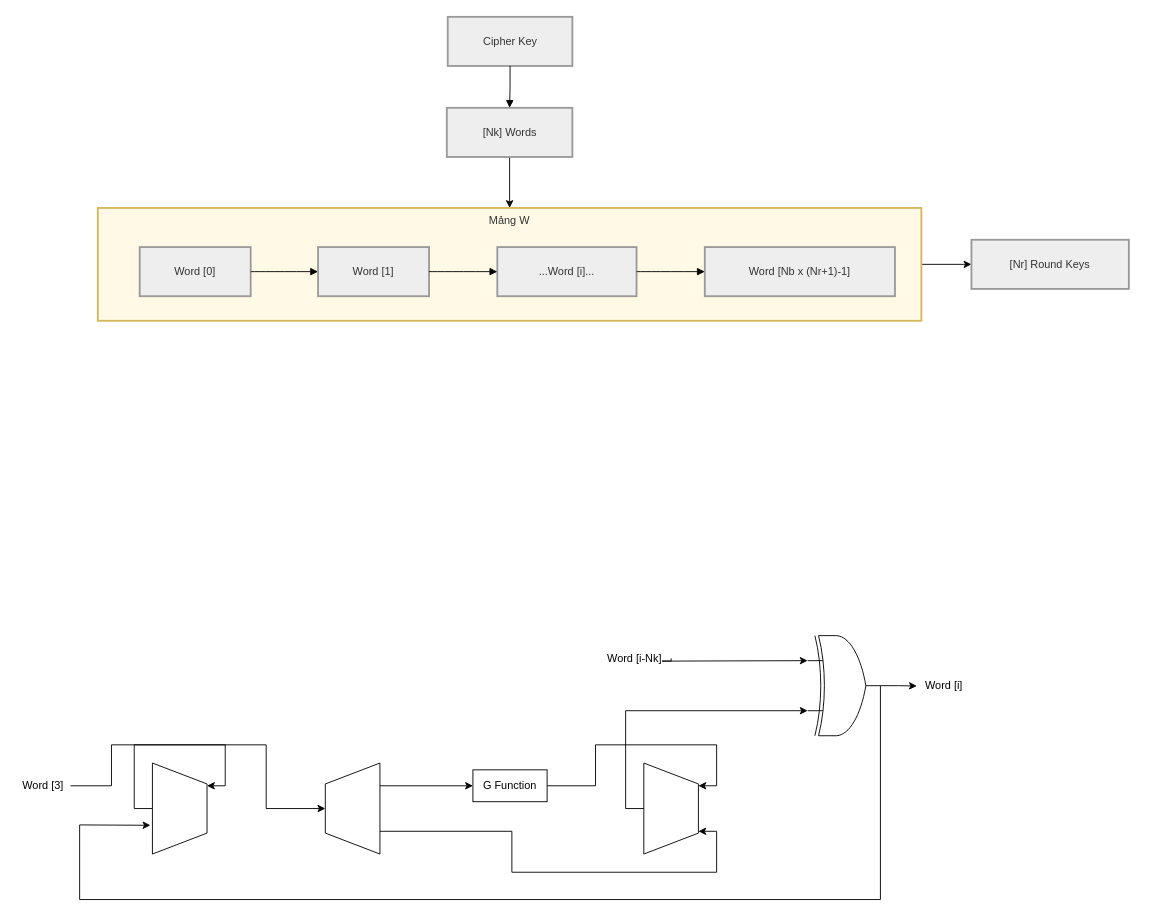
LQLManZz/AES128-Verilog keeps this draw.io diagram as diagram/drawio/AESKeyExpansionLowDes.drawio. Above is the earlier version. Source tidied: cells renumbered, new cells numbered last; positions are measured from the earlier drawing's top-left corner, leaving out a move shared by most shapes. Both pictures are drawn from the tidied source at 91%, with x=0, y=0 at pixel (15, 16).
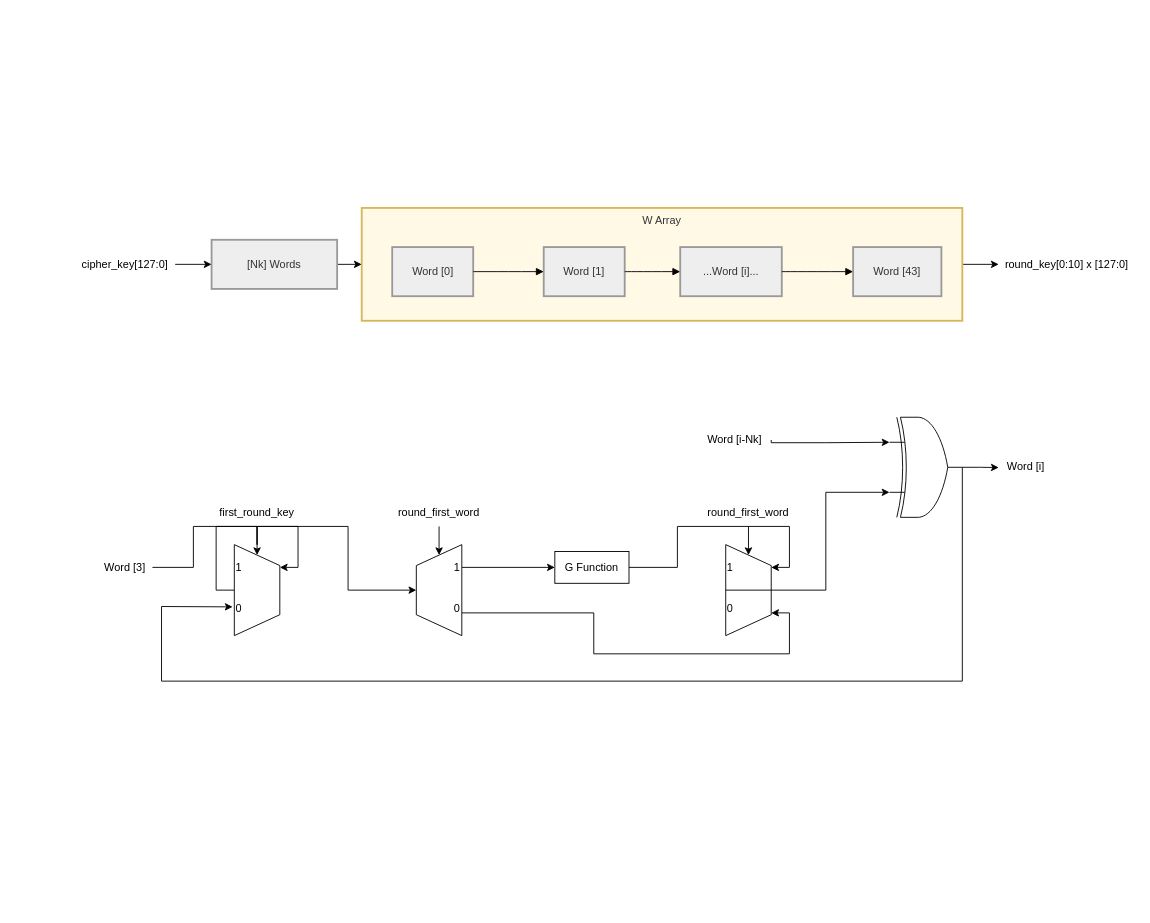
The same page after the edit.

What changed in the source:
```diff
@@
-    <mxCell id="2" style="edgeStyle=orthogonalEdgeStyle;rounded=0;jettySize=auto;html=1;exitX=1;exitY=0.5;exitDx=0;exitDy=0;entryX=0;entryY=0.5;entryDx=0;entryDy=0;" parent="1" edge="1" source="3" target="14">
-      <mxGeometry relative="1" as="geometry" />
-    </mxCell>
+    <mxCell id="33" style="edgeStyle=orthogonalEdgeStyle;rounded=0;jettySize=auto;html=1;exitX=1;exitY=0.5;exitDx=0;exitDy=0;entryX=0;entryY=0.5;entryDx=0;entryDy=0;" parent="1" edge="1" source="3" target="48">
+      <mxGeometry relative="1" as="geometry" />
+    </mxCell>
-    <mxCell id="3" value="Mảng W" style="whiteSpace=wrap;strokeWidth=2;verticalAlign=top;fillColor=#fff9e6;strokeColor=#d6b656;fontColor=light-dark(#333333,#cccccc);" parent="1" vertex="1">
-      <mxGeometry x="90" y="210" width="905" height="124" as="geometry" />
+    <mxCell id="3" value="W Array" style="whiteSpace=wrap;strokeWidth=2;verticalAlign=top;fillColor=#fff9e6;strokeColor=#d6b656;fontColor=light-dark(#333333,#cccccc);" parent="1" vertex="1">
+      <mxGeometry x="380" y="210" width="660" height="124" as="geometry" />
     </mxCell>
     <mxCell id="4" value="Word [0]" style="whiteSpace=wrap;strokeWidth=2;fillColor=light-dark(#eeeeee,#1f2020);strokeColor=light-dark(#999999,#cccccc);fontColor=light-dark(#333333,#cccccc);" parent="3" vertex="1">
-      <mxGeometry x="46" y="43" width="122" height="54" as="geometry" />
+      <mxGeometry x="33.5" y="43" width="89" height="54" as="geometry" />
     </mxCell>
     <mxCell id="5" value="Word [1]" style="whiteSpace=wrap;strokeWidth=2;fillColor=light-dark(#eeeeee,#1f2020);strokeColor=light-dark(#999999,#cccccc);fontColor=light-dark(#333333,#cccccc);" parent="3" vertex="1">
-      <mxGeometry x="242" y="43" width="122" height="54" as="geometry" />
+      <mxGeometry x="200" y="43" width="89" height="54" as="geometry" />
     </mxCell>
     <mxCell id="6" value="...Word [i]..." style="whiteSpace=wrap;strokeWidth=2;fillColor=light-dark(#eeeeee,#1f2020);strokeColor=light-dark(#999999,#cccccc);fontColor=light-dark(#333333,#cccccc);" parent="3" vertex="1">
-      <mxGeometry x="439" y="43" width="153" height="54" as="geometry" />
+      <mxGeometry x="350" y="43" width="111.6" height="54" as="geometry" />
     </mxCell>
-    <mxCell id="7" value="Word [Nb x (Nr+1)-1]" style="whiteSpace=wrap;strokeWidth=2;fillColor=light-dark(#eeeeee,#1f2020);strokeColor=light-dark(#999999,#cccccc);fontColor=light-dark(#333333,#cccccc);" parent="3" vertex="1">
-      <mxGeometry x="667" y="43" width="209" height="54" as="geometry" />
+    <mxCell id="7" value="Word [43]" style="whiteSpace=wrap;strokeWidth=2;fillColor=light-dark(#eeeeee,#1f2020);strokeColor=light-dark(#999999,#cccccc);fontColor=light-dark(#333333,#cccccc);" parent="3" vertex="1">
+      <mxGeometry x="540" y="43" width="97" height="54" as="geometry" />
     </mxCell>
@@
-    <mxCell id="11" value="Cipher Key" style="whiteSpace=wrap;strokeWidth=2;fillColor=light-dark(#eeeeee,#1f2020);strokeColor=light-dark(#999999,#cccccc);fontColor=light-dark(#333333,#cccccc);" parent="1" vertex="1">
-      <mxGeometry x="474.5" width="137" height="54" as="geometry" />
-    </mxCell>
-    <mxCell id="12" style="edgeStyle=orthogonalEdgeStyle;rounded=0;jettySize=auto;html=1;exitX=0.5;exitY=1;exitDx=0;exitDy=0;entryX=0.5;entryY=0;entryDx=0;entryDy=0;" parent="1" edge="1" source="13" target="3">
+    <mxCell id="12" style="edgeStyle=orthogonalEdgeStyle;rounded=0;jettySize=auto;html=1;exitX=1;exitY=0.5;exitDx=0;exitDy=0;entryX=0;entryY=0.5;entryDx=0;entryDy=0;" parent="1" edge="1" source="13" target="3">
       <mxGeometry relative="1" as="geometry" />
     </mxCell>
     <mxCell id="13" value="[Nk] Words" style="whiteSpace=wrap;strokeWidth=2;fillColor=light-dark(#eeeeee,#1f2020);strokeColor=light-dark(#999999,#cccccc);fontColor=light-dark(#333333,#cccccc);" parent="1" vertex="1">
-      <mxGeometry x="473.5" y="100" width="138" height="54" as="geometry" />
+      <mxGeometry x="215" y="245" width="138" height="54" as="geometry" />
     </mxCell>
-    <mxCell id="14" value="[Nr] Round Keys" style="whiteSpace=wrap;strokeWidth=2;fillColor=light-dark(#eeeeee,#1f2020);strokeColor=light-dark(#999999,#cccccc);fontColor=light-dark(#333333,#cccccc);" parent="1" vertex="1">
-      <mxGeometry x="1050" y="245" width="173" height="54" as="geometry" />
-    </mxCell>
-    <mxCell id="15" style="startArrow=none;endArrow=block;exitX=0.5;exitY=1;entryX=0.5;entryY=0.01;rounded=0;edgeStyle=orthogonalEdgeStyle;" parent="1" edge="1" source="11" target="13">
-      <mxGeometry relative="1" as="geometry" />
-    </mxCell>
@@
     <mxCell id="17" style="verticalLabelPosition=middle;verticalAlign=middle;html=1;shape=trapezoid;perimeter=trapezoidPerimeter;whiteSpace=wrap;size=0.23;arcSize=10;flipV=1;labelPosition=center;align=center;legacyAnchorPoints=0;rotation=-90;" parent="1" vertex="1">
-      <mxGeometry x="130" y="840" width="100" height="60" as="geometry" />
+      <mxGeometry x="215" y="605" width="100" height="50" as="geometry" />
     </mxCell>
@@
     <mxCell id="20" style="verticalLabelPosition=middle;verticalAlign=middle;html=1;shape=trapezoid;perimeter=trapezoidPerimeter;whiteSpace=wrap;size=0.23;arcSize=10;flipV=0;labelPosition=center;align=center;legacyAnchorPoints=0;rotation=-90;" parent="1" vertex="1">
-      <mxGeometry x="320" y="840" width="100" height="60" as="geometry" />
+      <mxGeometry x="415" y="605" width="100" height="50" as="geometry" />
     </mxCell>
@@
     <mxCell id="22" value="Word [3]" style="text;html=1;whiteSpace=wrap;strokeColor=none;fillColor=none;align=center;verticalAlign=middle;rounded=0;" parent="1" vertex="1">
-      <mxGeometry y="830" width="60" height="30" as="geometry" />
+      <mxGeometry x="90" y="590" width="60" height="30" as="geometry" />
     </mxCell>
@@
     <mxCell id="24" value="G Function" style="whiteSpace=wrap;html=1;" parent="1" vertex="1">
-      <mxGeometry x="502.2" y="827.5" width="81.5" height="35" as="geometry" />
+      <mxGeometry x="592.2" y="587.5" width="81.5" height="35" as="geometry" />
     </mxCell>
     <mxCell id="25" style="verticalLabelPosition=middle;verticalAlign=middle;html=1;shape=trapezoid;perimeter=trapezoidPerimeter;whiteSpace=wrap;size=0.23;arcSize=10;flipV=1;labelPosition=center;align=center;legacyAnchorPoints=0;rotation=-90;" parent="1" vertex="1">
-      <mxGeometry x="670" y="840" width="100" height="60" as="geometry" />
+      <mxGeometry x="755" y="605" width="100" height="50" as="geometry" />
     </mxCell>
     <mxCell id="26" style="edgeStyle=orthogonalEdgeStyle;rounded=0;jettySize=auto;html=1;exitX=1;exitY=0.5;exitDx=0;exitDy=0;exitPerimeter=0;" parent="1" edge="1" source="27">
       <mxGeometry relative="1" as="geometry">
-        <mxPoint x="990" y="735.3" as="targetPoint" />
+        <mxPoint x="1080" y="495.3" as="targetPoint" />
       </mxGeometry>
     </mxCell>
     <mxCell id="27" style="verticalLabelPosition=bottom;shadow=0;dashed=0;align=center;html=1;verticalAlign=top;shape=mxgraph.electrical.logic_gates.logic_gate;operation=xor;" parent="1" vertex="1">
-      <mxGeometry x="870" y="680" width="80" height="110" as="geometry" />
+      <mxGeometry x="960" y="440" width="80" height="110" as="geometry" />
     </mxCell>
     <mxCell id="28" style="edgeStyle=orthogonalEdgeStyle;rounded=0;jettySize=auto;html=1;exitX=0.5;exitY=0;exitDx=0;exitDy=0;entryX=0;entryY=0.75;entryDx=0;entryDy=0;entryPerimeter=0;" parent="1" edge="1" source="25" target="27">
-      <mxGeometry relative="1" as="geometry" />
+      <mxGeometry relative="1" as="geometry">
+        <Array as="points">
+          <mxPoint x="890" y="630" />
+          <mxPoint x="890" y="522" />
+        </Array>
+      </mxGeometry>
     </mxCell>
     <mxCell id="29" value="Word [i]" style="text;html=1;whiteSpace=wrap;strokeColor=none;fillColor=none;align=center;verticalAlign=middle;rounded=0;" parent="1" vertex="1">
-      <mxGeometry x="990" y="720" width="60" height="30" as="geometry" />
+      <mxGeometry x="1080" y="480" width="60" height="30" as="geometry" />
     </mxCell>
     <mxCell id="30" style="endArrow=classic;html=1;rounded=0;entryX=0.316;entryY=1.037;entryDx=0;entryDy=0;entryPerimeter=0;exitX=1;exitY=0.5;exitDx=0;exitDy=0;exitPerimeter=0;" parent="1" edge="1" source="27" target="17">
       <mxGeometry relative="1" as="geometry">
         <Array as="points">
-          <mxPoint x="950" y="970" />
-          <mxPoint x="70" y="970" />
-          <mxPoint x="70" y="888" />
+          <mxPoint x="1040" y="730" />
+          <mxPoint x="160" y="730" />
+          <mxPoint x="160" y="648" />
         </Array>
       </mxGeometry>
     </mxCell>
     <mxCell id="31" value="Word [i-Nk]" style="text;html=1;whiteSpace=wrap;strokeColor=none;fillColor=none;align=center;verticalAlign=middle;rounded=0;" parent="1" vertex="1">
-      <mxGeometry x="640" y="690" width="80" height="30" as="geometry" />
+      <mxGeometry x="750" y="450" width="80" height="30" as="geometry" />
     </mxCell>
     <mxCell id="32" style="edgeStyle=orthogonalEdgeStyle;rounded=0;jettySize=auto;html=1;exitX=1;exitY=0.5;exitDx=0;exitDy=0;entryX=0;entryY=0.25;entryDx=0;entryDy=0;entryPerimeter=0;" parent="1" edge="1" source="31" target="27">
       <mxGeometry relative="1" as="geometry">
         <Array as="points">
-          <mxPoint x="710" y="708" />
-          <mxPoint x="740" y="708" />
+          <mxPoint x="830" y="468" />
+          <mxPoint x="890" y="468" />
         </Array>
       </mxGeometry>
     </mxCell>
+    <mxCell id="34" style="edgeStyle=orthogonalEdgeStyle;rounded=0;jettySize=auto;html=1;exitX=0.5;exitY=1;exitDx=0;exitDy=0;" parent="1" edge="1" source="35" target="17">
+      <mxGeometry relative="1" as="geometry" />
+    </mxCell>
+    <mxCell id="35" value="first_round_key" style="text;html=1;whiteSpace=wrap;strokeColor=none;fillColor=none;align=center;verticalAlign=middle;rounded=0;" parent="1" vertex="1">
+      <mxGeometry x="235" y="530" width="60" height="30" as="geometry" />
+    </mxCell>
+    <mxCell id="36" value="1" style="text;html=1;whiteSpace=wrap;strokeColor=none;fillColor=none;align=center;verticalAlign=middle;rounded=0;" parent="1" vertex="1">
+      <mxGeometry x="240" y="595" width="10" height="20" as="geometry" />
+    </mxCell>
+    <mxCell id="37" value="0" style="text;html=1;whiteSpace=wrap;strokeColor=none;fillColor=none;align=center;verticalAlign=middle;rounded=0;" parent="1" vertex="1">
+      <mxGeometry x="240" y="640" width="10" height="20" as="geometry" />
+    </mxCell>
+    <mxCell id="38" style="edgeStyle=orthogonalEdgeStyle;rounded=0;jettySize=auto;html=1;exitX=0.5;exitY=1;exitDx=0;exitDy=0;entryX=1;entryY=0.5;entryDx=0;entryDy=0;" parent="1" edge="1" source="39" target="20">
+      <mxGeometry relative="1" as="geometry" />
+    </mxCell>
+    <mxCell id="39" value="round_first_word" style="text;html=1;whiteSpace=wrap;strokeColor=none;fillColor=none;align=center;verticalAlign=middle;rounded=0;" parent="1" vertex="1">
+      <mxGeometry x="435" y="530" width="60" height="30" as="geometry" />
+    </mxCell>
+    <mxCell id="40" value="1" style="text;html=1;whiteSpace=wrap;strokeColor=none;fillColor=none;align=center;verticalAlign=middle;rounded=0;" parent="1" vertex="1">
+      <mxGeometry x="480" y="595" width="10" height="20" as="geometry" />
+    </mxCell>
+    <mxCell id="41" value="0" style="text;html=1;whiteSpace=wrap;strokeColor=none;fillColor=none;align=center;verticalAlign=middle;rounded=0;" parent="1" vertex="1">
+      <mxGeometry x="480" y="640" width="10" height="20" as="geometry" />
+    </mxCell>
+    <mxCell id="42" style="edgeStyle=orthogonalEdgeStyle;rounded=0;jettySize=auto;html=1;exitX=0.5;exitY=1;exitDx=0;exitDy=0;entryX=1;entryY=0.5;entryDx=0;entryDy=0;" parent="1" edge="1" source="43" target="25">
+      <mxGeometry relative="1" as="geometry" />
+    </mxCell>
+    <mxCell id="43" value="round_first_word" style="text;html=1;whiteSpace=wrap;strokeColor=none;fillColor=none;align=center;verticalAlign=middle;rounded=0;" parent="1" vertex="1">
+      <mxGeometry x="775" y="530" width="60" height="30" as="geometry" />
+    </mxCell>
+    <mxCell id="44" value="1" style="text;html=1;whiteSpace=wrap;strokeColor=none;fillColor=none;align=center;verticalAlign=middle;rounded=0;" parent="1" vertex="1">
+      <mxGeometry x="780" y="595" width="10" height="20" as="geometry" />
+    </mxCell>
+    <mxCell id="45" value="0" style="text;html=1;whiteSpace=wrap;strokeColor=none;fillColor=none;align=center;verticalAlign=middle;rounded=0;" parent="1" vertex="1">
+      <mxGeometry x="780" y="640" width="10" height="20" as="geometry" />
+    </mxCell>
+    <mxCell id="46" style="edgeStyle=orthogonalEdgeStyle;rounded=0;jettySize=auto;html=1;exitX=1;exitY=0.5;exitDx=0;exitDy=0;entryX=0;entryY=0.5;entryDx=0;entryDy=0;" parent="1" edge="1" source="47" target="13">
+      <mxGeometry relative="1" as="geometry" />
+    </mxCell>
+    <mxCell id="47" value="cipher_key[127:0]" style="text;html=1;whiteSpace=wrap;strokeColor=none;fillColor=none;align=center;verticalAlign=middle;rounded=0;" parent="1" vertex="1">
+      <mxGeometry x="65" y="257" width="110" height="30" as="geometry" />
+    </mxCell>
+    <mxCell id="48" value="round_key[0:10] x [127:0]" style="text;html=1;whiteSpace=wrap;strokeColor=none;fillColor=none;align=center;verticalAlign=middle;rounded=0;" parent="1" vertex="1">
+      <mxGeometry x="1080" y="257" width="150" height="30" as="geometry" />
+    </mxCell>
```
